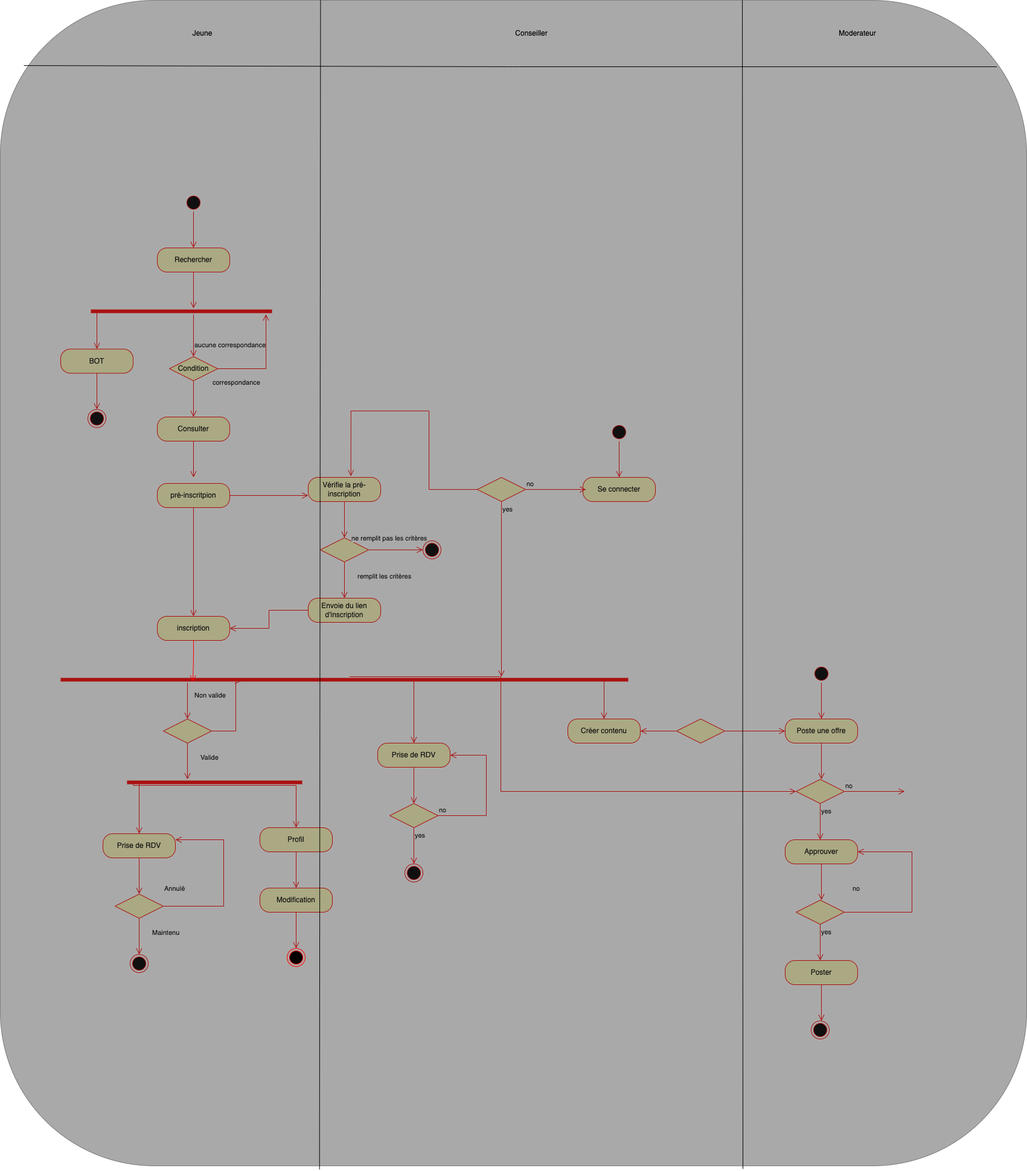
This is diagram_activity.drawio.png from delannoykurt/mission-locale, a draw.io export, as it was before one commit. Source tidied: cells renumbered, new cells last; positions are measured from the earlier drawing's top-left corner, leaving out a move shared by most shapes.
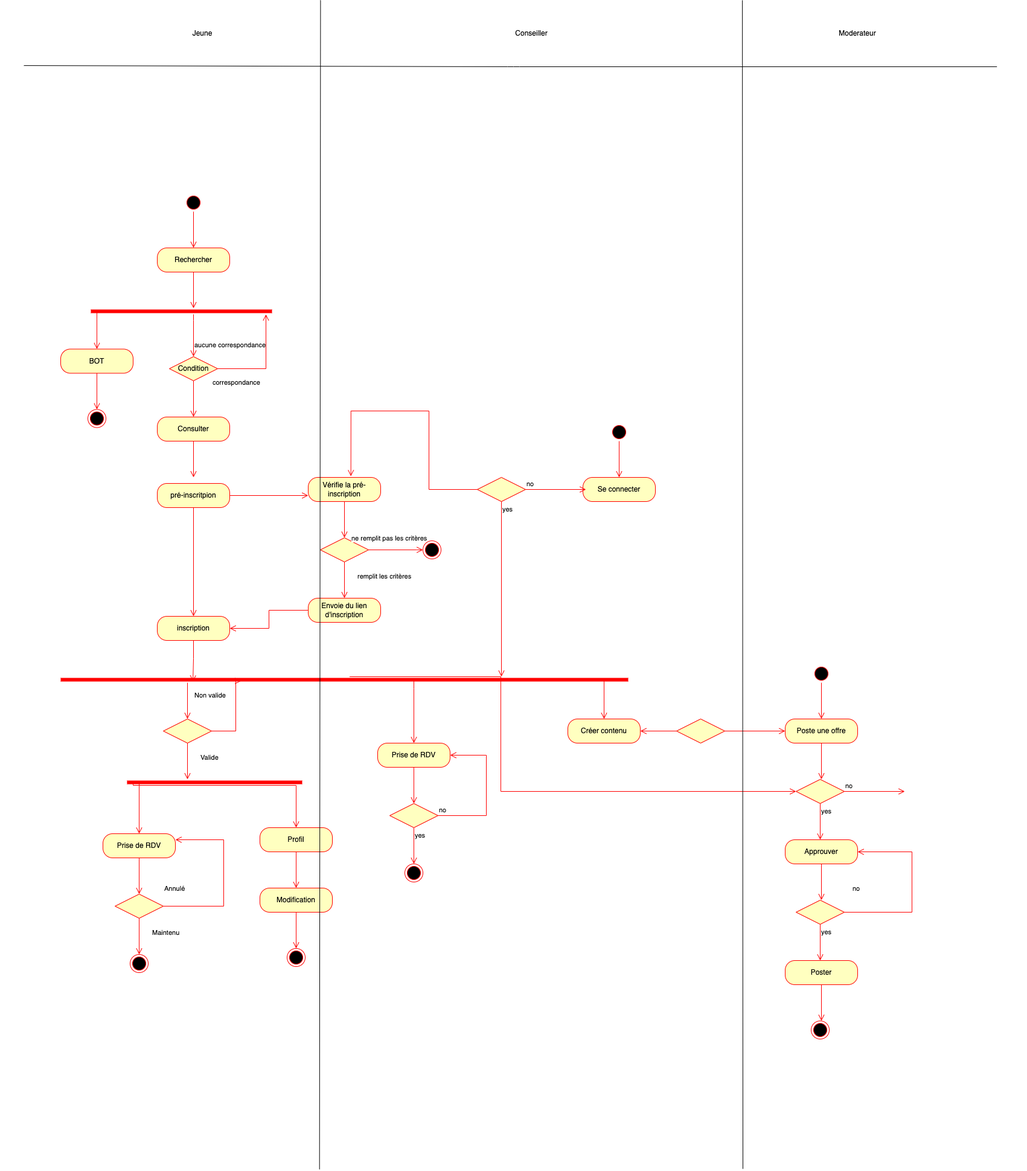
After the commit.

Commit message:
docs(common): update diagram activite

Change to the diagram source:
```diff
@@ -380,7 +380,7 @@
         <mxPoint x="490" y="1570" as="targetPoint" />
       </mxGeometry>
     </mxCell>
-    <mxCell id="82" style="rounded=1;whiteSpace=wrap;html=1;fillColor=#2A2929;opacity=40;" parent="1" vertex="1">
+    <mxCell id="82" style="rounded=1;whiteSpace=wrap;html=1;fillColor=#2A2929;opacity=0;" parent="1" vertex="1">
       <mxGeometry width="1700" height="1930" as="geometry" />
     </mxCell>
     <mxCell id="83" style="ellipse;html=1;shape=endState;fillColor=#000000;strokeColor=#ff0000;" parent="1" vertex="1">
```
